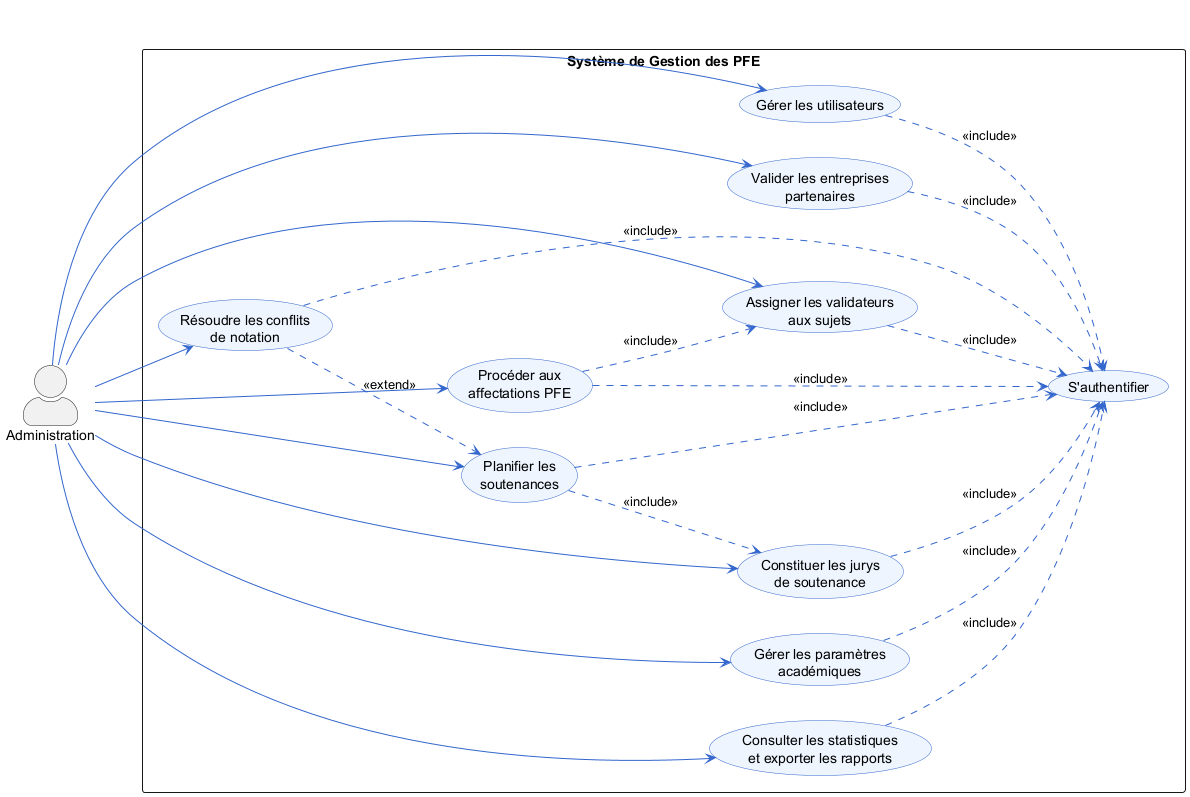
Before: diagrams/uc-administration.png, a diagram exported from PlantUML (rhpo/pfe-enhanced).
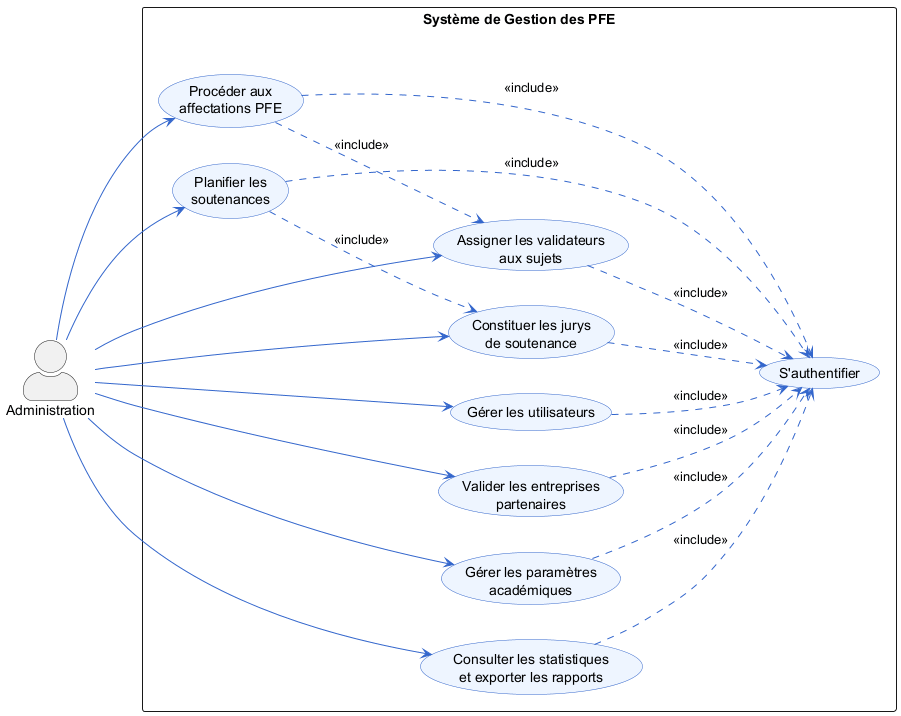
Above is the later version.

What changed in the source:
```diff
@@ -18,7 +18,6 @@
   usecase "Procéder aux\naffectations PFE" as UC4
   usecase "Constituer les jurys\nde soutenance" as UC5
   usecase "Planifier les\nsoutenances" as UC6
-  usecase "Résoudre les conflits\nde notation" as UC7
   usecase "Gérer les paramètres\nacadémiques" as UC8
   usecase "Consulter les statistiques\net exporter les rapports" as UC9
 }
@@ -29,7 +28,6 @@
 A --> UC4
 A --> UC5
 A --> UC6
-A --> UC7
 A --> UC8
 A --> UC9
 
@@ -39,11 +37,9 @@
 UC4 ..> AUTH : <<include>>
 UC5 ..> AUTH : <<include>>
 UC6 ..> AUTH : <<include>>
-UC7 ..> AUTH : <<include>>
 UC8 ..> AUTH : <<include>>
 UC9 ..> AUTH : <<include>>
 
 UC6 ..> UC5 : <<include>>
-UC7 ..> UC6 : <<extend>>
 UC4 ..> UC3 : <<include>>
 @enduml
```
